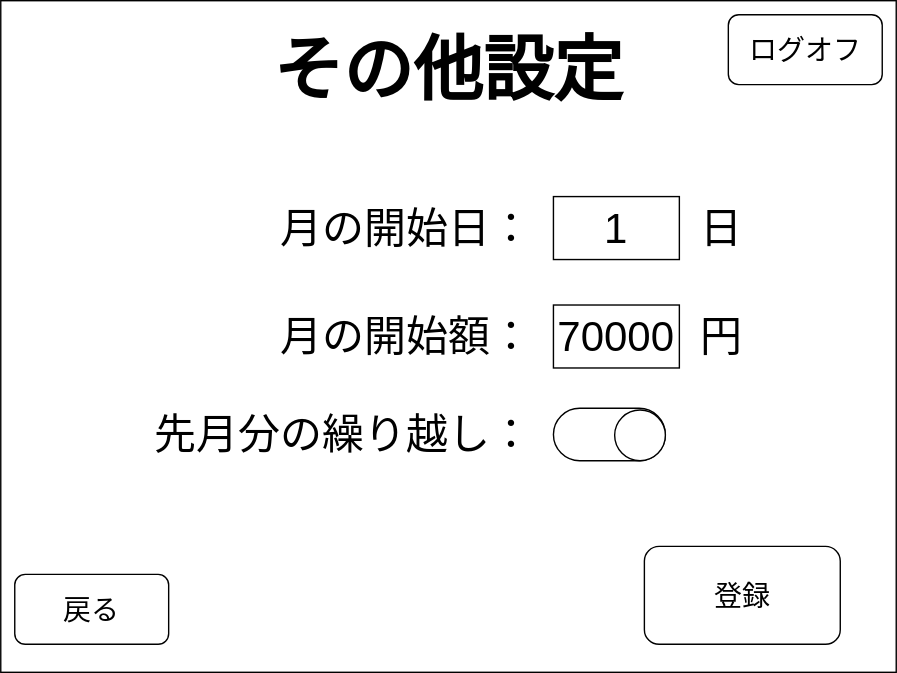
Earlier version of the draw.io export docs/design_docs/setting/other_setting/other_setting_design.svg (Mao1023/kakeibo_app). Source tidied: cells renumbered, new cells last; positions are measured from the earlier drawing's top-left corner, leaving out a move shared by most shapes.
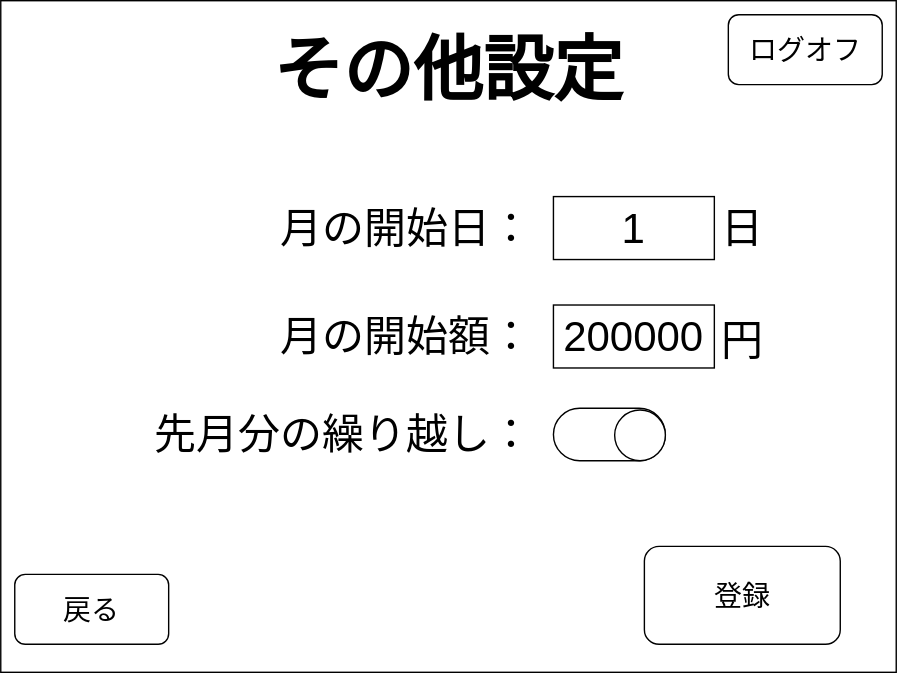
Above is the later version.

What changed in the source:
```diff
@@ -13,19 +13,22 @@
       <mxGeometry x="195" y="157.5" width="190" height="10" as="geometry" />
     </mxCell>
     <mxCell id="6" value="&lt;font style=&quot;font-size: 30px;&quot;&gt;1&lt;/font&gt;" style="rounded=0;whiteSpace=wrap;html=1;" parent="3" vertex="1">
-      <mxGeometry x="395" y="140" width="90" height="45" as="geometry" />
+      <mxGeometry x="395" y="140" width="115" height="45" as="geometry" />
     </mxCell>
+    <mxCell id="18" style="edgeStyle=none;html=1;" parent="3" edge="1" source="7" target="6">
+      <mxGeometry relative="1" as="geometry" />
+    </mxCell>
     <mxCell id="7" value="&lt;font style=&quot;font-size: 30px;&quot;&gt;日&lt;/font&gt;" style="text;html=1;align=center;verticalAlign=middle;whiteSpace=wrap;rounded=0;" parent="3" vertex="1">
-      <mxGeometry x="495" y="157.5" width="40" height="10" as="geometry" />
+      <mxGeometry x="510" y="157.5" width="40" height="10" as="geometry" />
     </mxCell>
     <mxCell id="8" value="&lt;font style=&quot;font-size: 30px;&quot;&gt;月の開始額：&lt;/font&gt;" style="text;html=1;align=center;verticalAlign=middle;whiteSpace=wrap;rounded=0;" parent="3" vertex="1">
       <mxGeometry x="195" y="235" width="190" height="10" as="geometry" />
     </mxCell>
-    <mxCell id="9" value="&lt;font style=&quot;font-size: 30px;&quot;&gt;70000&lt;/font&gt;" style="rounded=0;whiteSpace=wrap;html=1;" parent="3" vertex="1">
-      <mxGeometry x="395" y="217.5" width="90" height="45" as="geometry" />
+    <mxCell id="9" value="&lt;font style=&quot;font-size: 30px;&quot;&gt;200000&lt;/font&gt;" style="rounded=0;whiteSpace=wrap;html=1;" parent="3" vertex="1">
+      <mxGeometry x="395" y="217.5" width="115" height="45" as="geometry" />
     </mxCell>
     <mxCell id="10" value="&lt;font style=&quot;font-size: 30px;&quot;&gt;円&lt;/font&gt;" style="text;html=1;align=center;verticalAlign=middle;whiteSpace=wrap;rounded=0;" parent="3" vertex="1">
-      <mxGeometry x="495" y="235" width="40" height="10" as="geometry" />
+      <mxGeometry x="510" y="240" width="40" height="5" as="geometry" />
     </mxCell>
     <mxCell id="11" value="&lt;font style=&quot;font-size: 30px;&quot;&gt;先月分の繰り越し：&lt;/font&gt;" style="text;html=1;align=center;verticalAlign=middle;whiteSpace=wrap;rounded=0;" parent="3" vertex="1">
       <mxGeometry x="105" y="305" width="280" height="10" as="geometry" />
```
